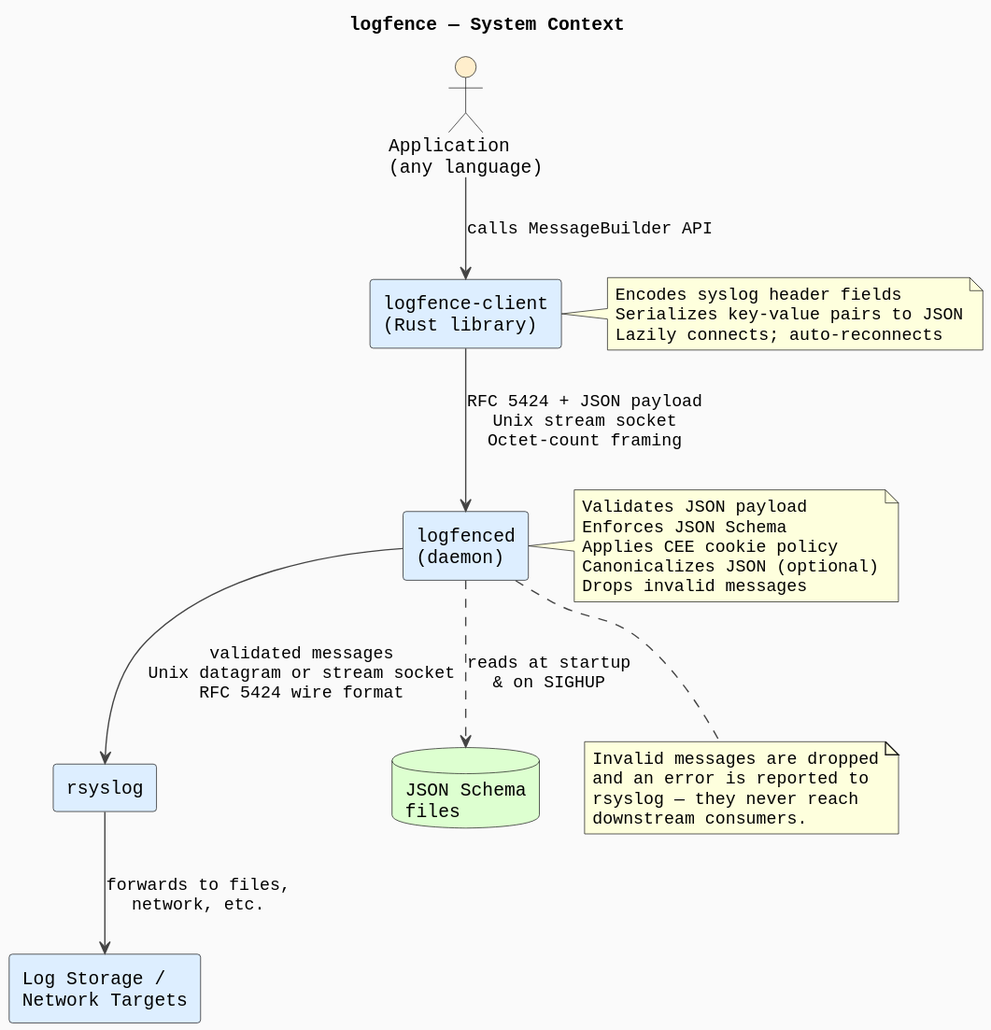
Before: docs/diagrams/system-context.svg, a diagram exported from PlantUML (hildstrom/logfence).
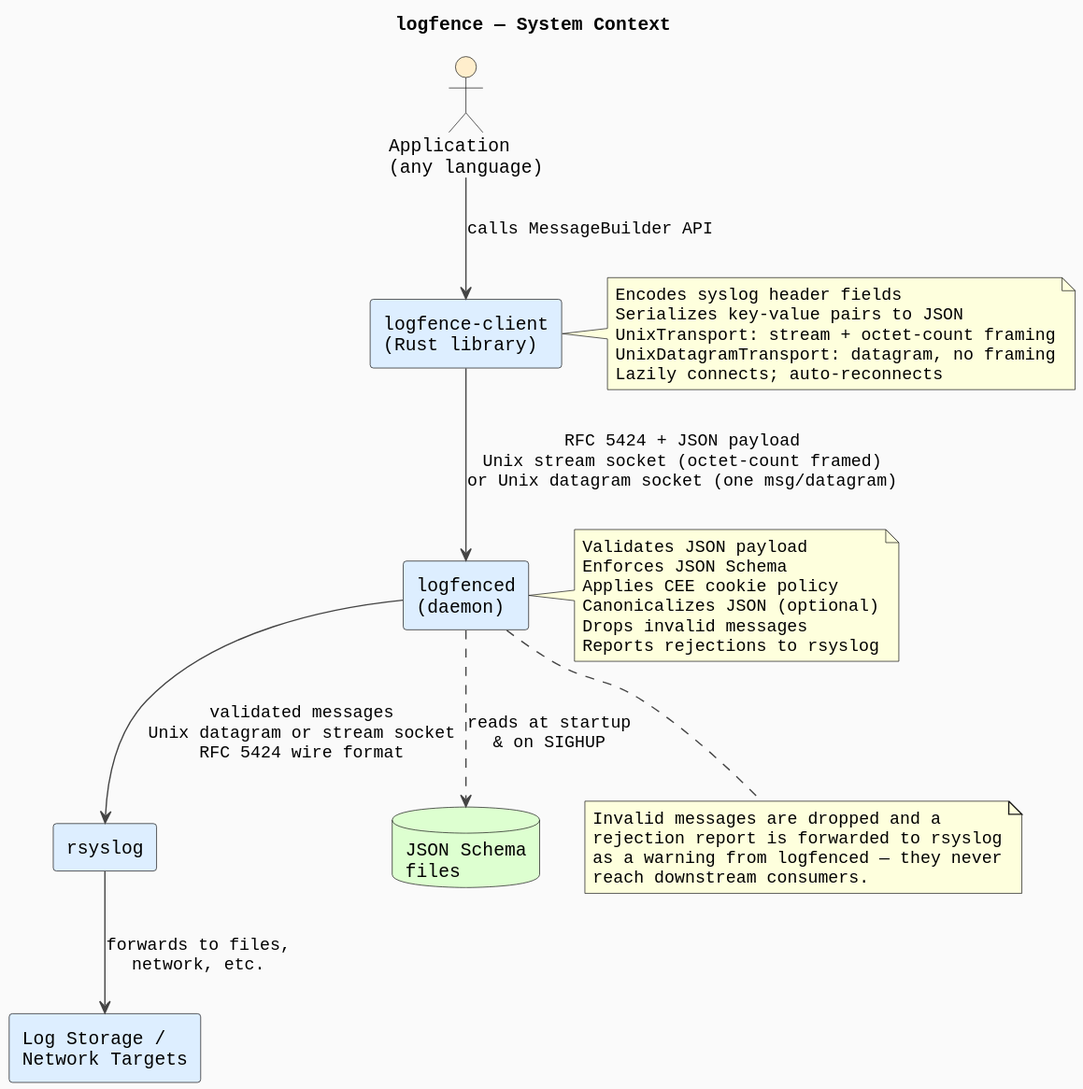
After the commit.

What changed in the source:
```diff
@@ -17,7 +17,7 @@
 component "Log Storage /\nNetwork Targets" as Storage
 
 App --> Client : calls MessageBuilder API
-Client --> Daemon : RFC 5424 + JSON payload\nUnix stream socket\nOctet-count framing
+Client --> Daemon : RFC 5424 + JSON payload\nUnix stream socket (octet-count framed)\nor Unix datagram socket (one msg/datagram)
 Daemon ..> Schemas : reads at startup\n& on SIGHUP
 Daemon --> Rsyslog : validated messages\nUnix datagram or stream socket\nRFC 5424 wire format
 Rsyslog --> Storage : forwards to files,\nnetwork, etc.
@@ -25,6 +25,8 @@
 note right of Client
   Encodes syslog header fields
   Serializes key-value pairs to JSON
+  UnixTransport: stream + octet-count framing
+  UnixDatagramTransport: datagram, no framing
   Lazily connects; auto-reconnects
 end note
 
@@ -34,12 +36,13 @@
   Applies CEE cookie policy
   Canonicalizes JSON (optional)
   Drops invalid messages
+  Reports rejections to rsyslog
 end note
 
 note bottom of Daemon
-  Invalid messages are dropped
-  and an error is reported to
-  rsyslog — they never reach
-  downstream consumers.
+  Invalid messages are dropped and a
+  rejection report is forwarded to rsyslog
+  as a warning from logfenced — they never
+  reach downstream consumers.
 end note
 @enduml
```
